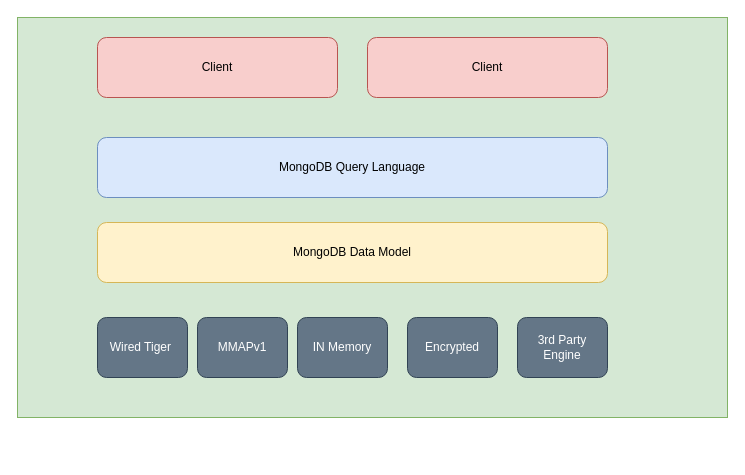
The draw.io diagram img/组织结构.drawio in 15615639083/15615639083.github.io, before the edit. Source tidied: cells renumbered, new cells numbered last; positions are measured from the earlier drawing's top-left corner, leaving out a move shared by most shapes. Both pictures are drawn from the tidied source at 100%, with x=0, y=0 at pixel (17, 17).
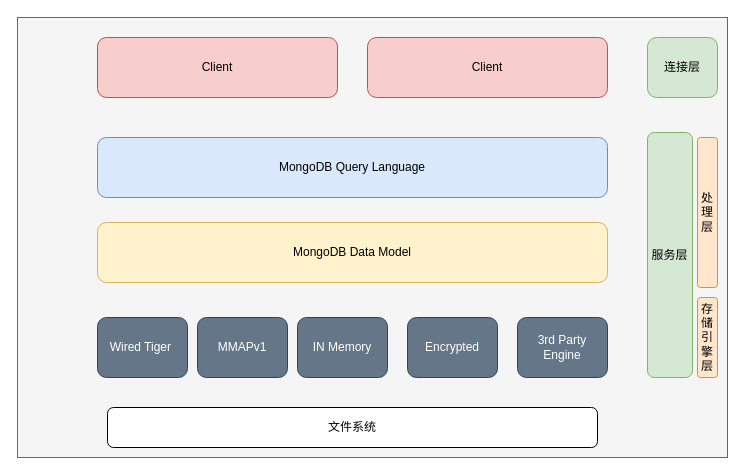
Above is the later version.

Commit message:
更新组织结构.drawio

The edit, as a diff of the source:
```diff
@@
 <mxGraphModel>
   <root>
     <mxCell id="0" />
     <mxCell id="1" parent="0" />
-    <mxCell id="2" style="rounded=0;whiteSpace=wrap;html=1;fillColor=#d5e8d4;strokeColor=#82b366;" parent="1" vertex="1">
-      <mxGeometry width="710" height="400" as="geometry" />
+    <mxCell id="2" style="rounded=0;whiteSpace=wrap;html=1;fillColor=#f5f5f5;fontColor=#333333;strokeColor=#666666;" parent="1" vertex="1">
+      <mxGeometry width="710" height="440" as="geometry" />
     </mxCell>
     <mxCell id="3" value="Client" style="rounded=1;whiteSpace=wrap;html=1;fillColor=#f8cecc;strokeColor=#b85450;" parent="1" vertex="1">
       <mxGeometry x="80" y="20" width="240" height="60" as="geometry" />
     </mxCell>
     <mxCell id="4" value="Client" style="rounded=1;whiteSpace=wrap;html=1;fillColor=#f8cecc;strokeColor=#b85450;" parent="1" vertex="1">
       <mxGeometry x="350" y="20" width="240" height="60" as="geometry" />
     </mxCell>
     <mxCell id="5" value="MongoDB Query Language" style="rounded=1;whiteSpace=wrap;html=1;fillColor=#dae8fc;strokeColor=#6c8ebf;" parent="1" vertex="1">
       <mxGeometry x="80" y="120" width="510" height="60" as="geometry" />
     </mxCell>
     <mxCell id="6" value="MongoDB Data Model" style="rounded=1;whiteSpace=wrap;html=1;fillColor=#fff2cc;strokeColor=#d6b656;" parent="1" vertex="1">
       <mxGeometry x="80" y="205" width="510" height="60" as="geometry" />
     </mxCell>
     <mxCell id="7" value="Wired Tiger&amp;nbsp;" style="rounded=1;whiteSpace=wrap;html=1;fillColor=#647687;fontColor=#ffffff;strokeColor=#314354;" parent="1" vertex="1">
       <mxGeometry x="80" y="300" width="90" height="60" as="geometry" />
     </mxCell>
     <mxCell id="8" value="MMAPv1" style="rounded=1;whiteSpace=wrap;html=1;fillColor=#647687;fontColor=#ffffff;strokeColor=#314354;" parent="1" vertex="1">
       <mxGeometry x="180" y="300" width="90" height="60" as="geometry" />
     </mxCell>
     <mxCell id="9" value="IN Memory" style="rounded=1;whiteSpace=wrap;html=1;fillColor=#647687;fontColor=#ffffff;strokeColor=#314354;" parent="1" vertex="1">
       <mxGeometry x="280" y="300" width="90" height="60" as="geometry" />
     </mxCell>
     <mxCell id="10" value="Encrypted" style="rounded=1;whiteSpace=wrap;html=1;fillColor=#647687;fontColor=#ffffff;strokeColor=#314354;" parent="1" vertex="1">
       <mxGeometry x="390" y="300" width="90" height="60" as="geometry" />
     </mxCell>
     <mxCell id="11" value="3rd Party Engine" style="rounded=1;whiteSpace=wrap;html=1;fillColor=#647687;fontColor=#ffffff;strokeColor=#314354;" parent="1" vertex="1">
       <mxGeometry x="500" y="300" width="90" height="60" as="geometry" />
     </mxCell>
+    <mxCell id="12" value="文件系统" style="rounded=1;whiteSpace=wrap;html=1;" parent="1" vertex="1">
+      <mxGeometry x="90" y="390" width="490" height="40" as="geometry" />
+    </mxCell>
+    <mxCell id="13" value="连接层" style="rounded=1;whiteSpace=wrap;html=1;fillColor=#d5e8d4;strokeColor=#82b366;" parent="1" vertex="1">
+      <mxGeometry x="630" y="20" width="70" height="60" as="geometry" />
+    </mxCell>
+    <mxCell id="14" value="处理层" style="rounded=1;whiteSpace=wrap;html=1;fillColor=#ffe6cc;strokeColor=#d79b00;" parent="1" vertex="1">
+      <mxGeometry x="680" y="120" width="20" height="150" as="geometry" />
+    </mxCell>
+    <mxCell id="15" value="服务层" style="rounded=1;whiteSpace=wrap;html=1;fillColor=#d5e8d4;strokeColor=#82b366;" parent="1" vertex="1">
+      <mxGeometry x="630" y="115" width="45" height="245" as="geometry" />
+    </mxCell>
+    <mxCell id="16" value="存储引擎层" style="rounded=1;whiteSpace=wrap;html=1;fillColor=#ffe6cc;strokeColor=#d79b00;" parent="1" vertex="1">
+      <mxGeometry x="680" y="280" width="20" height="80" as="geometry" />
+    </mxCell>
   </root>
 </mxGraphModel>
```
